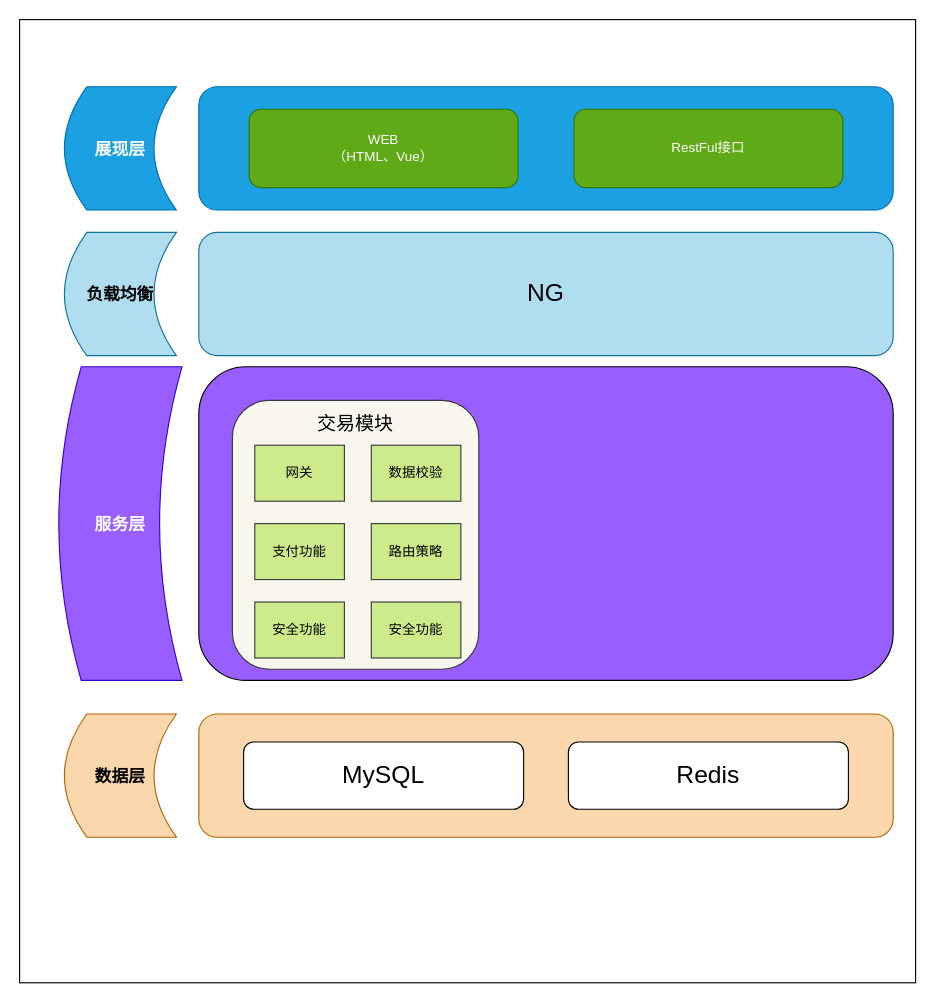
Earlier version of the draw.io diagram 未命名绘图.drawio (zaikaka/drawio). Source tidied: cells renumbered, new cells numbered last; positions are measured from the earlier drawing's top-left corner, leaving out a move shared by most shapes. Both pictures are drawn from the tidied source at 112%, with x=0, y=0 at pixel (19, 19).
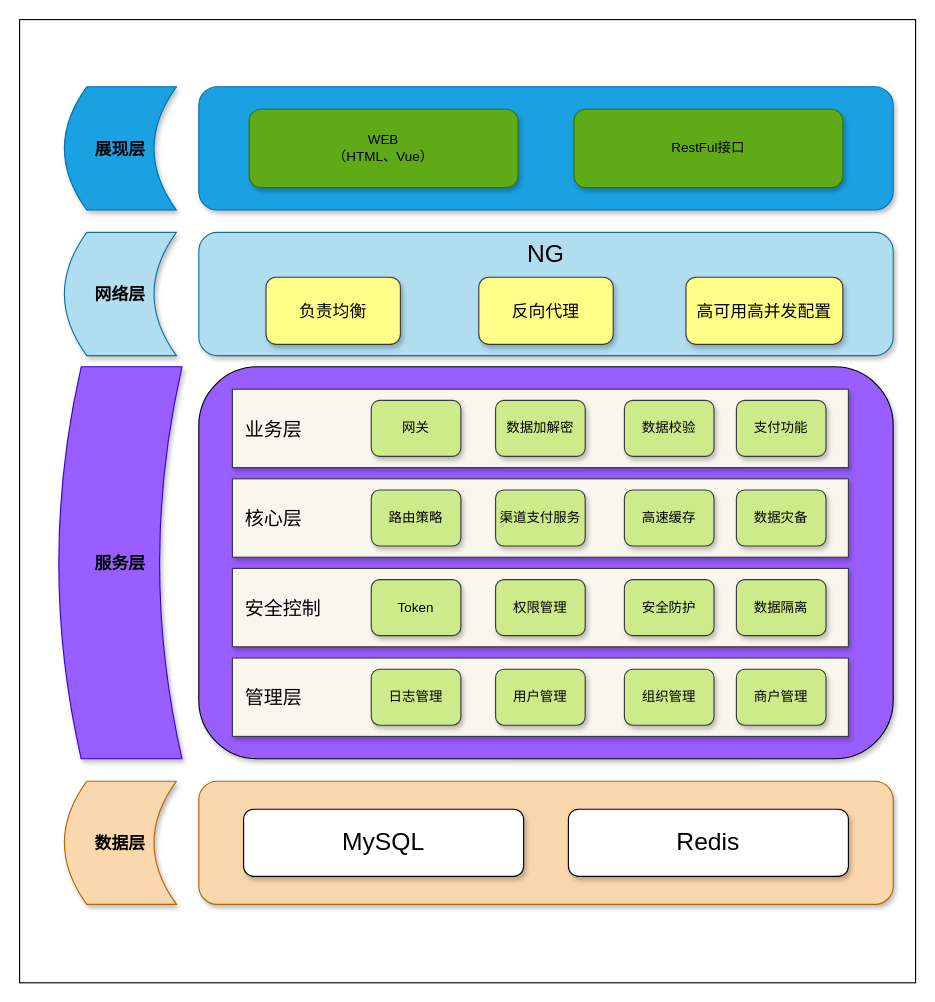
After the change.

Commit message (it also covers changes not shown here):
更新未命名绘图.drawio

The edit, as a diff of the source:
```diff
@@
-    <mxCell id="3" value="展现层" style="shape=dataStorage;whiteSpace=wrap;html=1;fixedSize=1;fillColor=#1ba1e2;fontColor=#ffffff;strokeColor=#006EAF;fontStyle=1;fontSize=15;" parent="1" vertex="1">
+    <mxCell id="3" value="展现层" style="shape=dataStorage;whiteSpace=wrap;html=1;fixedSize=1;fillColor=#1ba1e2;fontColor=#000000;strokeColor=#006EAF;fontStyle=1;fontSize=15;shadow=1;" parent="1" vertex="1">
       <mxGeometry x="40" y="60" width="100" height="110" as="geometry" />
     </mxCell>
-    <mxCell id="4" style="rounded=1;whiteSpace=wrap;html=1;fillColor=#1ba1e2;fontColor=#ffffff;strokeColor=#006EAF;" parent="1" vertex="1">
+    <mxCell id="4" style="rounded=1;whiteSpace=wrap;html=1;fillColor=#1ba1e2;fontColor=#ffffff;strokeColor=#006EAF;shadow=1;" parent="1" vertex="1">
       <mxGeometry x="160" y="60" width="620" height="110" as="geometry" />
     </mxCell>
-    <mxCell id="5" value="WEB&lt;br&gt;（HTML、Vue）" style="rounded=1;whiteSpace=wrap;html=1;fillColor=#60a917;fontColor=#ffffff;strokeColor=#2D7600;" parent="1" vertex="1">
+    <mxCell id="5" value="WEB&lt;br&gt;（HTML、Vue）" style="rounded=1;whiteSpace=wrap;html=1;fillColor=#60a917;fontColor=#000000;strokeColor=#2D7600;shadow=1;" parent="1" vertex="1">
       <mxGeometry x="205" y="80" width="240" height="70" as="geometry" />
     </mxCell>
-    <mxCell id="6" value="RestFul接口" style="rounded=1;whiteSpace=wrap;html=1;fillColor=#60a917;fontColor=#ffffff;strokeColor=#2D7600;" parent="1" vertex="1">
+    <mxCell id="6" value="RestFul接口" style="rounded=1;whiteSpace=wrap;html=1;fillColor=#60a917;fontColor=#000000;strokeColor=#2D7600;shadow=1;" parent="1" vertex="1">
       <mxGeometry x="495" y="80" width="240" height="70" as="geometry" />
     </mxCell>
-    <mxCell id="7" value="负载均衡" style="shape=dataStorage;whiteSpace=wrap;html=1;fixedSize=1;fillColor=#b1ddf0;strokeColor=#10739e;fontStyle=1;fontSize=15;" parent="1" vertex="1">
+    <mxCell id="7" value="网络层" style="shape=dataStorage;whiteSpace=wrap;html=1;fixedSize=1;fillColor=#b1ddf0;strokeColor=#10739e;fontStyle=1;fontSize=15;shadow=1;align=center;" parent="1" vertex="1">
       <mxGeometry x="40" y="190" width="100" height="110" as="geometry" />
     </mxCell>
-    <mxCell id="8" value="NG" style="rounded=1;whiteSpace=wrap;html=1;fontSize=22;fillColor=#b1ddf0;strokeColor=#10739e;" parent="1" vertex="1">
+    <mxCell id="8" value="NG" style="rounded=1;whiteSpace=wrap;html=1;fontSize=22;fillColor=#b1ddf0;strokeColor=#10739e;shadow=1;verticalAlign=top;" parent="1" vertex="1">
       <mxGeometry x="160" y="190" width="620" height="110" as="geometry" />
     </mxCell>
-    <mxCell id="9" value="服务层" style="shape=dataStorage;whiteSpace=wrap;html=1;fixedSize=1;fillColor=#995EFF;fontColor=#ffffff;strokeColor=#3700CC;fontStyle=1;fontSize=15;" parent="1" vertex="1">
-      <mxGeometry x="35" y="310" width="110" height="280" as="geometry" />
+    <mxCell id="9" value="服务层" style="shape=dataStorage;whiteSpace=wrap;html=1;fixedSize=1;fillColor=#995EFF;fontColor=#000000;strokeColor=#3700CC;fontStyle=1;fontSize=15;shadow=1;" parent="1" vertex="1">
+      <mxGeometry x="35" y="310" width="110" height="350" as="geometry" />
     </mxCell>
-    <mxCell id="10" style="rounded=1;whiteSpace=wrap;html=1;fontSize=22;fillColor=#995EFF;" parent="1" vertex="1">
-      <mxGeometry x="160" y="310" width="620" height="280" as="geometry" />
+    <mxCell id="10" style="rounded=1;whiteSpace=wrap;html=1;fontSize=22;fillColor=#995EFF;shadow=1;" parent="1" vertex="1">
+      <mxGeometry x="160" y="310" width="620" height="350" as="geometry" />
     </mxCell>
-    <mxCell id="11" value="数据层" style="shape=dataStorage;whiteSpace=wrap;html=1;fixedSize=1;fillColor=#fad7ac;strokeColor=#b46504;fontStyle=1;fontSize=15;" parent="1" vertex="1">
-      <mxGeometry x="40" y="620" width="100" height="110" as="geometry" />
+    <mxCell id="11" value="数据层" style="shape=dataStorage;whiteSpace=wrap;html=1;fixedSize=1;fillColor=#fad7ac;strokeColor=#b46504;fontStyle=1;fontSize=15;shadow=1;" parent="1" vertex="1">
+      <mxGeometry x="40" y="680" width="100" height="110" as="geometry" />
     </mxCell>
-    <mxCell id="12" style="rounded=1;whiteSpace=wrap;html=1;fontSize=22;fillColor=#fad7ac;strokeColor=#b46504;" parent="1" vertex="1">
-      <mxGeometry x="160" y="620" width="620" height="110" as="geometry" />
+    <mxCell id="12" style="rounded=1;whiteSpace=wrap;html=1;fontSize=22;fillColor=#fad7ac;strokeColor=#b46504;shadow=1;" parent="1" vertex="1">
+      <mxGeometry x="160" y="680" width="620" height="110" as="geometry" />
     </mxCell>
-    <mxCell id="13" value="MySQL" style="rounded=1;whiteSpace=wrap;html=1;fontSize=22;" parent="1" vertex="1">
-      <mxGeometry x="200" y="645" width="250" height="60" as="geometry" />
+    <mxCell id="13" value="MySQL" style="rounded=1;whiteSpace=wrap;html=1;fontSize=22;shadow=1;" parent="1" vertex="1">
+      <mxGeometry x="200" y="705" width="250" height="60" as="geometry" />
     </mxCell>
-    <mxCell id="14" value="Redis" style="rounded=1;whiteSpace=wrap;html=1;fontSize=22;" parent="1" vertex="1">
-      <mxGeometry x="490" y="645" width="250" height="60" as="geometry" />
+    <mxCell id="14" value="Redis" style="rounded=1;whiteSpace=wrap;html=1;fontSize=22;shadow=1;" parent="1" vertex="1">
+      <mxGeometry x="490" y="705" width="250" height="60" as="geometry" />
     </mxCell>
-    <mxCell id="15" value="&lt;font style=&quot;font-size: 17px;&quot;&gt;交易模块&lt;/font&gt;" style="rounded=1;whiteSpace=wrap;html=1;fontSize=22;fillColor=#f9f7ed;verticalAlign=top;strokeColor=#36393d;" parent="1" vertex="1">
-      <mxGeometry x="190" y="340" width="220" height="240" as="geometry" />
+    <mxCell id="15" value="&lt;span style=&quot;font-size: 17px;&quot;&gt;&amp;nbsp; 业务层&lt;/span&gt;" style="rounded=0;whiteSpace=wrap;html=1;fontSize=22;fillColor=#f9f7ed;verticalAlign=middle;strokeColor=#36393d;shadow=1;align=left;" parent="1" vertex="1">
+      <mxGeometry x="190" y="330" width="550" height="70" as="geometry" />
     </mxCell>
-    <mxCell id="16" value="网关" style="rounded=0;whiteSpace=wrap;html=1;fontSize=12;fillColor=#cdeb8b;strokeColor=#36393d;" parent="1" vertex="1">
-      <mxGeometry x="210" y="380" width="80" height="50" as="geometry" />
+    <mxCell id="16" value="网关" style="rounded=1;whiteSpace=wrap;html=1;fontSize=12;fillColor=#cdeb8b;strokeColor=#36393d;shadow=1;" parent="1" vertex="1">
+      <mxGeometry x="314" y="340" width="80" height="50" as="geometry" />
     </mxCell>
-    <mxCell id="17" value="数据校验" style="rounded=0;whiteSpace=wrap;html=1;fontSize=12;fillColor=#cdeb8b;strokeColor=#36393d;" parent="1" vertex="1">
-      <mxGeometry x="314" y="380" width="80" height="50" as="geometry" />
-    </mxCell>
-    <mxCell id="18" value="路由策略" style="rounded=0;whiteSpace=wrap;html=1;fontSize=12;fillColor=#cdeb8b;strokeColor=#36393d;" parent="1" vertex="1">
-      <mxGeometry x="314" y="450" width="80" height="50" as="geometry" />
-    </mxCell>
-    <mxCell id="19" value="支付功能" style="rounded=0;whiteSpace=wrap;html=1;fontSize=12;fillColor=#cdeb8b;strokeColor=#36393d;" parent="1" vertex="1">
-      <mxGeometry x="210" y="450" width="80" height="50" as="geometry" />
+    <mxCell id="19" value="数据加解密" style="rounded=1;whiteSpace=wrap;html=1;fontSize=12;fillColor=#cdeb8b;strokeColor=#36393d;shadow=1;" parent="1" vertex="1">
+      <mxGeometry x="425" y="340" width="80" height="50" as="geometry" />
     </mxCell>
-    <mxCell id="20" value="安全功能" style="rounded=0;whiteSpace=wrap;html=1;fontSize=12;fillColor=#cdeb8b;strokeColor=#36393d;" parent="1" vertex="1">
-      <mxGeometry x="210" y="520" width="80" height="50" as="geometry" />
+    <mxCell id="20" value="数据校验" style="rounded=1;whiteSpace=wrap;html=1;fontSize=12;fillColor=#cdeb8b;strokeColor=#36393d;shadow=1;" parent="1" vertex="1">
+      <mxGeometry x="540" y="340" width="80" height="50" as="geometry" />
     </mxCell>
-    <mxCell id="21" value="安全功能" style="rounded=0;whiteSpace=wrap;html=1;fontSize=12;fillColor=#cdeb8b;strokeColor=#36393d;" parent="1" vertex="1">
-      <mxGeometry x="314" y="520" width="80" height="50" as="geometry" />
-    </mxCell>
+    <mxCell id="22" value="负责均衡" style="rounded=1;whiteSpace=wrap;html=1;shadow=1;fontSize=15;fillColor=#ffff88;strokeColor=#36393d;" parent="1" vertex="1">
+      <mxGeometry x="220" y="230" width="120" height="60" as="geometry" />
+    </mxCell>
+    <mxCell id="23" value="反向代理" style="rounded=1;whiteSpace=wrap;html=1;shadow=1;fontSize=15;fillColor=#ffff88;strokeColor=#36393d;" parent="1" vertex="1">
+      <mxGeometry x="410" y="230" width="120" height="60" as="geometry" />
+    </mxCell>
+    <mxCell id="24" value="高可用高并发配置" style="rounded=1;whiteSpace=wrap;html=1;shadow=1;fontSize=15;fillColor=#ffff88;strokeColor=#36393d;" parent="1" vertex="1">
+      <mxGeometry x="595" y="230" width="140" height="60" as="geometry" />
+    </mxCell>
+    <mxCell id="25" value="&lt;span style=&quot;font-size: 17px;&quot;&gt;&amp;nbsp; 核心层&lt;/span&gt;" style="rounded=0;whiteSpace=wrap;html=1;fontSize=22;fillColor=#f9f7ed;verticalAlign=middle;strokeColor=#36393d;shadow=1;align=left;" parent="1" vertex="1">
+      <mxGeometry x="190" y="410" width="550" height="70" as="geometry" />
+    </mxCell>
+    <mxCell id="18" value="路由策略" style="rounded=1;whiteSpace=wrap;html=1;fontSize=12;fillColor=#cdeb8b;strokeColor=#36393d;shadow=1;" parent="1" vertex="1">
+      <mxGeometry x="314" y="420" width="80" height="50" as="geometry" />
+    </mxCell>
+    <mxCell id="26" value="渠道支付服务" style="rounded=1;whiteSpace=wrap;html=1;fontSize=12;fillColor=#cdeb8b;strokeColor=#36393d;shadow=1;" parent="1" vertex="1">
+      <mxGeometry x="425" y="420" width="80" height="50" as="geometry" />
+    </mxCell>
+    <mxCell id="27" value="高速缓存" style="rounded=1;whiteSpace=wrap;html=1;fontSize=12;fillColor=#cdeb8b;strokeColor=#36393d;shadow=1;" parent="1" vertex="1">
+      <mxGeometry x="540" y="420" width="80" height="50" as="geometry" />
+    </mxCell>
+    <mxCell id="28" value="数据灾备" style="rounded=1;whiteSpace=wrap;html=1;fontSize=12;fillColor=#cdeb8b;strokeColor=#36393d;shadow=1;" parent="1" vertex="1">
+      <mxGeometry x="640" y="420" width="80" height="50" as="geometry" />
+    </mxCell>
+    <mxCell id="29" value="&lt;span style=&quot;font-size: 17px;&quot;&gt;&amp;nbsp; 安全控制&lt;/span&gt;" style="rounded=0;whiteSpace=wrap;html=1;fontSize=22;fillColor=#f9f7ed;verticalAlign=middle;strokeColor=#36393d;shadow=1;align=left;" parent="1" vertex="1">
+      <mxGeometry x="190" y="490" width="550" height="70" as="geometry" />
+    </mxCell>
+    <mxCell id="30" value="Token" style="rounded=1;whiteSpace=wrap;html=1;fontSize=12;fillColor=#cdeb8b;strokeColor=#36393d;shadow=1;" parent="1" vertex="1">
+      <mxGeometry x="314" y="500" width="80" height="50" as="geometry" />
+    </mxCell>
+    <mxCell id="31" value="权限管理" style="rounded=1;whiteSpace=wrap;html=1;fontSize=12;fillColor=#cdeb8b;strokeColor=#36393d;shadow=1;" parent="1" vertex="1">
+      <mxGeometry x="425" y="500" width="80" height="50" as="geometry" />
+    </mxCell>
+    <mxCell id="32" value="安全防护" style="rounded=1;whiteSpace=wrap;html=1;fontSize=12;fillColor=#cdeb8b;strokeColor=#36393d;shadow=1;" parent="1" vertex="1">
+      <mxGeometry x="540" y="500" width="80" height="50" as="geometry" />
+    </mxCell>
+    <mxCell id="33" value="数据隔离" style="rounded=1;whiteSpace=wrap;html=1;fontSize=12;fillColor=#cdeb8b;strokeColor=#36393d;shadow=1;" parent="1" vertex="1">
+      <mxGeometry x="640" y="500" width="80" height="50" as="geometry" />
+    </mxCell>
+    <mxCell id="34" value="&lt;span style=&quot;font-size: 17px;&quot;&gt;&amp;nbsp; 管理层&lt;/span&gt;" style="rounded=0;whiteSpace=wrap;html=1;fontSize=22;fillColor=#f9f7ed;verticalAlign=middle;strokeColor=#36393d;shadow=1;align=left;" parent="1" vertex="1">
+      <mxGeometry x="190" y="570" width="550" height="70" as="geometry" />
+    </mxCell>
+    <mxCell id="35" value="日志管理" style="rounded=1;whiteSpace=wrap;html=1;fontSize=12;fillColor=#cdeb8b;strokeColor=#36393d;shadow=1;" parent="1" vertex="1">
+      <mxGeometry x="314" y="580" width="80" height="50" as="geometry" />
+    </mxCell>
+    <mxCell id="36" value="用户管理" style="rounded=1;whiteSpace=wrap;html=1;fontSize=12;fillColor=#cdeb8b;strokeColor=#36393d;shadow=1;" parent="1" vertex="1">
+      <mxGeometry x="425" y="580" width="80" height="50" as="geometry" />
+    </mxCell>
+    <mxCell id="37" value="组织管理" style="rounded=1;whiteSpace=wrap;html=1;fontSize=12;fillColor=#cdeb8b;strokeColor=#36393d;shadow=1;" parent="1" vertex="1">
+      <mxGeometry x="540" y="580" width="80" height="50" as="geometry" />
+    </mxCell>
+    <mxCell id="38" value="支付功能" style="rounded=1;whiteSpace=wrap;html=1;fontSize=12;fillColor=#cdeb8b;strokeColor=#36393d;shadow=1;" parent="1" vertex="1">
+      <mxGeometry x="640" y="340" width="80" height="50" as="geometry" />
+    </mxCell>
+    <mxCell id="39" value="商户管理" style="rounded=1;whiteSpace=wrap;html=1;fontSize=12;fillColor=#cdeb8b;strokeColor=#36393d;shadow=1;" parent="1" vertex="1">
+      <mxGeometry x="640" y="580" width="80" height="50" as="geometry" />
+    </mxCell>
```
